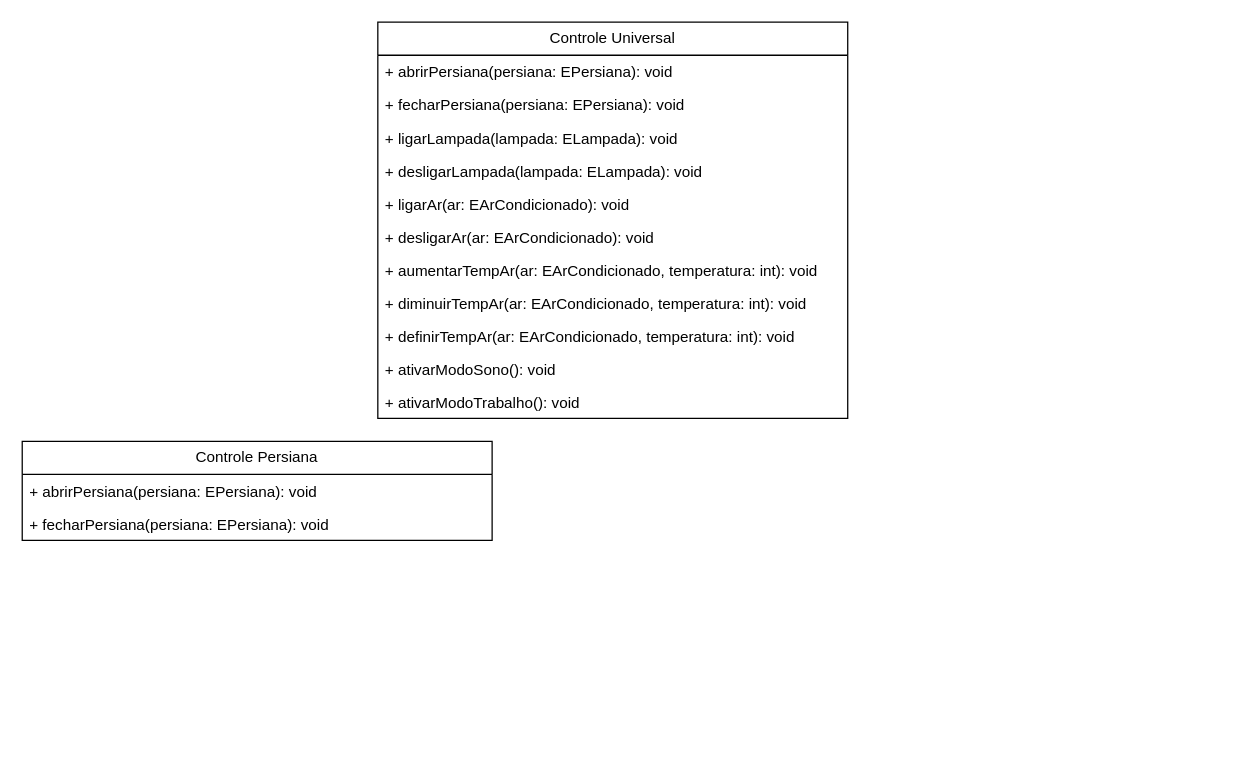
joaolavina/AnaliseAlgoritmos keeps this draw.io diagram as problema3/src/main/java/com/analisealgoritmos/assets/trabalho 1 - problema 3.drawio. Above is the earlier version. Source tidied: cells renumbered, new cells numbered last; positions are measured from the earlier drawing's top-left corner, leaving out a move shared by most shapes. Both pictures are drawn from the tidied source at 127%, with x=0, y=0 at pixel (22, 22).
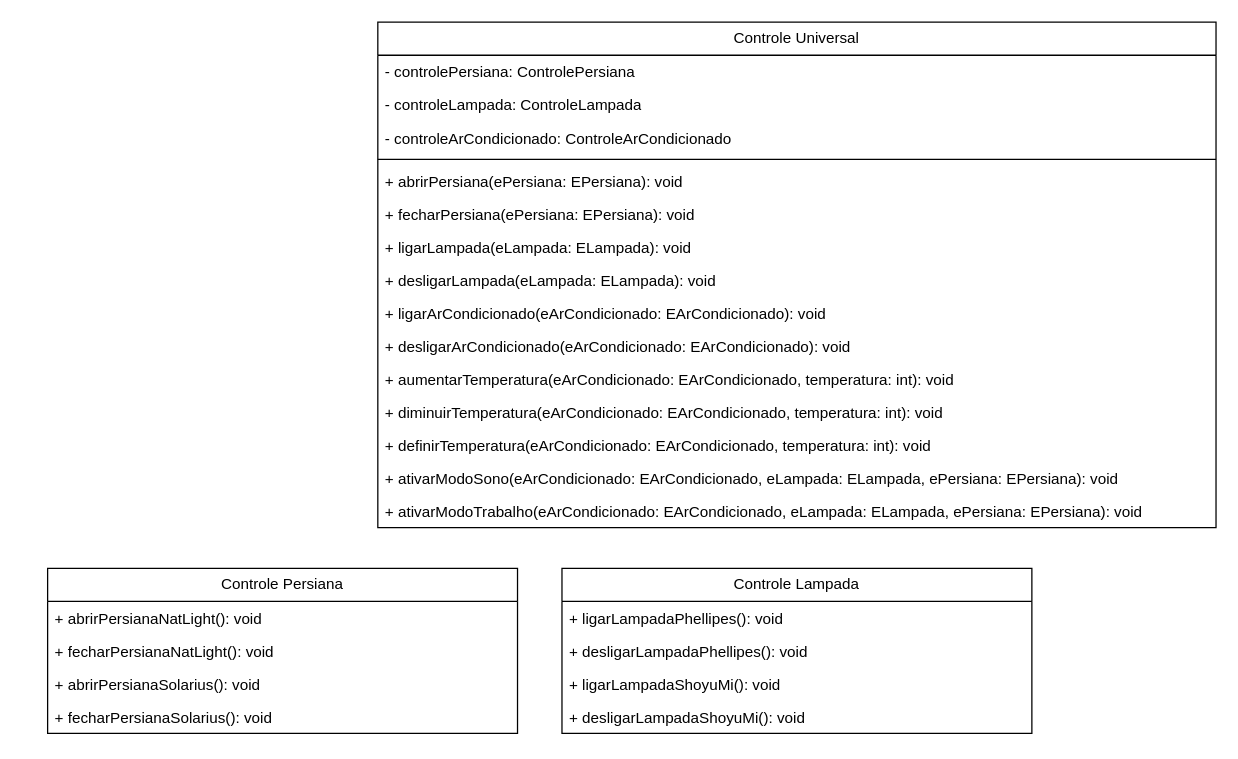
After the change.

What changed in the source:
```diff
@@
     <mxCell id="2" value="Controle Universal" style="swimlane;fontStyle=0;horizontal=1;startSize=26;fillColor=none;whiteSpace=wrap;html=1;" parent="1" vertex="1">
-      <mxGeometry x="280" width="370" height="312" as="geometry" />
+      <mxGeometry x="280" width="660" height="398" as="geometry" />
     </mxCell>
+    <mxCell id="17" value="- controlePersiana: ControlePersiana" style="text;strokeColor=none;fillColor=none;align=left;verticalAlign=top;spacingLeft=4;spacingRight=4;overflow=hidden;whiteSpace=wrap;html=1;" parent="2" vertex="1">
+      <mxGeometry y="26" width="660" height="26" as="geometry" />
+    </mxCell>
+    <mxCell id="18" value="- controleLampada: ControleLampada" style="text;strokeColor=none;fillColor=none;align=left;verticalAlign=top;spacingLeft=4;spacingRight=4;overflow=hidden;whiteSpace=wrap;html=1;" parent="2" vertex="1">
+      <mxGeometry y="52" width="660" height="26" as="geometry" />
+    </mxCell>
+    <mxCell id="19" value="- controleArCondicionado: ControleArCondicionado" style="text;strokeColor=none;fillColor=none;align=left;verticalAlign=top;spacingLeft=4;spacingRight=4;overflow=hidden;whiteSpace=wrap;html=1;" parent="2" vertex="1">
+      <mxGeometry y="78" width="660" height="26" as="geometry" />
+    </mxCell>
+    <mxCell id="20" style="line;strokeWidth=1;fillColor=none;align=left;verticalAlign=middle;spacingTop=-1;spacingLeft=3;spacingRight=3;labelPosition=right;strokeColor=inherit;" parent="2" vertex="1">
+      <mxGeometry y="104" width="660" height="8" as="geometry" />
+    </mxCell>
-    <mxCell id="3" value="+ abrirPersiana(persiana: EPersiana): void" style="text;strokeColor=none;fillColor=none;align=left;verticalAlign=top;spacingLeft=4;spacingRight=4;overflow=hidden;whiteSpace=wrap;html=1;" parent="2" vertex="1">
-      <mxGeometry y="26" width="370" height="26" as="geometry" />
+    <mxCell id="3" value="+ abrirPersiana(ePersiana: EPersiana): void" style="text;strokeColor=none;fillColor=none;align=left;verticalAlign=top;spacingLeft=4;spacingRight=4;overflow=hidden;whiteSpace=wrap;html=1;" parent="2" vertex="1">
+      <mxGeometry y="112" width="660" height="26" as="geometry" />
     </mxCell>
-    <mxCell id="4" value="+ fecharPersiana(persiana: EPersiana): void" style="text;strokeColor=none;fillColor=none;align=left;verticalAlign=top;spacingLeft=4;spacingRight=4;overflow=hidden;whiteSpace=wrap;html=1;" parent="2" vertex="1">
-      <mxGeometry y="52" width="370" height="26" as="geometry" />
+    <mxCell id="4" value="+ fecharPersiana(ePersiana: EPersiana): void" style="text;strokeColor=none;fillColor=none;align=left;verticalAlign=top;spacingLeft=4;spacingRight=4;overflow=hidden;whiteSpace=wrap;html=1;" parent="2" vertex="1">
+      <mxGeometry y="138" width="660" height="26" as="geometry" />
     </mxCell>
-    <mxCell id="5" value="+ ligarLampada(lampada: ELampada): void" style="text;strokeColor=none;fillColor=none;align=left;verticalAlign=top;spacingLeft=4;spacingRight=4;overflow=hidden;whiteSpace=wrap;html=1;" parent="2" vertex="1">
-      <mxGeometry y="78" width="370" height="26" as="geometry" />
+    <mxCell id="5" value="+ ligarLampada(eLampada: ELampada): void" style="text;strokeColor=none;fillColor=none;align=left;verticalAlign=top;spacingLeft=4;spacingRight=4;overflow=hidden;whiteSpace=wrap;html=1;" parent="2" vertex="1">
+      <mxGeometry y="164" width="660" height="26" as="geometry" />
     </mxCell>
-    <mxCell id="6" value="+ desligarLampada(lampada: ELampada): void" style="text;strokeColor=none;fillColor=none;align=left;verticalAlign=top;spacingLeft=4;spacingRight=4;overflow=hidden;whiteSpace=wrap;html=1;" parent="2" vertex="1">
-      <mxGeometry y="104" width="370" height="26" as="geometry" />
+    <mxCell id="6" value="+ desligarLampada(eLampada: ELampada): void" style="text;strokeColor=none;fillColor=none;align=left;verticalAlign=top;spacingLeft=4;spacingRight=4;overflow=hidden;whiteSpace=wrap;html=1;" parent="2" vertex="1">
+      <mxGeometry y="190" width="660" height="26" as="geometry" />
     </mxCell>
-    <mxCell id="7" value="+ ligarAr(ar: EArCondicionado): void" style="text;strokeColor=none;fillColor=none;align=left;verticalAlign=top;spacingLeft=4;spacingRight=4;overflow=hidden;whiteSpace=wrap;html=1;" parent="2" vertex="1">
-      <mxGeometry y="130" width="370" height="26" as="geometry" />
+    <mxCell id="7" value="+ ligarArCondicionado(eArCondicionado: EArCondicionado): void" style="text;strokeColor=none;fillColor=none;align=left;verticalAlign=top;spacingLeft=4;spacingRight=4;overflow=hidden;whiteSpace=wrap;html=1;" parent="2" vertex="1">
+      <mxGeometry y="216" width="660" height="26" as="geometry" />
     </mxCell>
-    <mxCell id="8" value="+ desligarAr(ar: EArCondicionado): void" style="text;strokeColor=none;fillColor=none;align=left;verticalAlign=top;spacingLeft=4;spacingRight=4;overflow=hidden;whiteSpace=wrap;html=1;" parent="2" vertex="1">
-      <mxGeometry y="156" width="370" height="26" as="geometry" />
+    <mxCell id="8" value="+ desligarArCondicionado(eArCondicionado: EArCondicionado): void" style="text;strokeColor=none;fillColor=none;align=left;verticalAlign=top;spacingLeft=4;spacingRight=4;overflow=hidden;whiteSpace=wrap;html=1;" parent="2" vertex="1">
+      <mxGeometry y="242" width="660" height="26" as="geometry" />
     </mxCell>
-    <mxCell id="9" value="+ aumentarTempAr(ar: EArCondicionado, temperatura: int): void" style="text;strokeColor=none;fillColor=none;align=left;verticalAlign=top;spacingLeft=4;spacingRight=4;overflow=hidden;whiteSpace=wrap;html=1;" parent="2" vertex="1">
-      <mxGeometry y="182" width="370" height="26" as="geometry" />
+    <mxCell id="9" value="+ aumentarTemperatura(eArCondicionado: EArCondicionado, temperatura: int): void" style="text;strokeColor=none;fillColor=none;align=left;verticalAlign=top;spacingLeft=4;spacingRight=4;overflow=hidden;whiteSpace=wrap;html=1;" parent="2" vertex="1">
+      <mxGeometry y="268" width="660" height="26" as="geometry" />
     </mxCell>
-    <mxCell id="10" value="+ diminuirTempAr(&lt;span style=&quot;color: rgb(0, 0, 0);&quot;&gt;ar: EArCondicionado, temperatura: int&lt;/span&gt;): void" style="text;strokeColor=none;fillColor=none;align=left;verticalAlign=top;spacingLeft=4;spacingRight=4;overflow=hidden;whiteSpace=wrap;html=1;" parent="2" vertex="1">
-      <mxGeometry y="208" width="370" height="26" as="geometry" />
+    <mxCell id="10" value="+ diminuirTemperatura(eA&lt;span style=&quot;color: rgb(0, 0, 0);&quot;&gt;rCondicionado: EArCondicionado, temperatura: int&lt;/span&gt;): void" style="text;strokeColor=none;fillColor=none;align=left;verticalAlign=top;spacingLeft=4;spacingRight=4;overflow=hidden;whiteSpace=wrap;html=1;" parent="2" vertex="1">
+      <mxGeometry y="294" width="660" height="26" as="geometry" />
     </mxCell>
-    <mxCell id="11" value="+ definirTempAr(&lt;span style=&quot;color: rgb(0, 0, 0);&quot;&gt;ar: EArCondicionado, temperatura: int&lt;/span&gt;): void" style="text;strokeColor=none;fillColor=none;align=left;verticalAlign=top;spacingLeft=4;spacingRight=4;overflow=hidden;whiteSpace=wrap;html=1;" parent="2" vertex="1">
-      <mxGeometry y="234" width="370" height="26" as="geometry" />
+    <mxCell id="11" value="+ definirTemperatura(eA&lt;span style=&quot;color: rgb(0, 0, 0);&quot;&gt;rCondicionado: EArCondicionado, temperatura: int&lt;/span&gt;): void" style="text;strokeColor=none;fillColor=none;align=left;verticalAlign=top;spacingLeft=4;spacingRight=4;overflow=hidden;whiteSpace=wrap;html=1;" parent="2" vertex="1">
+      <mxGeometry y="320" width="660" height="26" as="geometry" />
     </mxCell>
-    <mxCell id="12" value="+ ativarModoSono(): void" style="text;strokeColor=none;fillColor=none;align=left;verticalAlign=top;spacingLeft=4;spacingRight=4;overflow=hidden;whiteSpace=wrap;html=1;" parent="2" vertex="1">
-      <mxGeometry y="260" width="370" height="26" as="geometry" />
+    <mxCell id="12" value="+ ativarModoSono(eArCondicionado: EArCondicionado, eLampada: ELampada, ePersiana: EPersiana): void" style="text;strokeColor=none;fillColor=none;align=left;verticalAlign=top;spacingLeft=4;spacingRight=4;overflow=hidden;whiteSpace=wrap;html=1;" parent="2" vertex="1">
+      <mxGeometry y="346" width="660" height="26" as="geometry" />
     </mxCell>
-    <mxCell id="13" value="+ ativarModoTrabalho(): void" style="text;strokeColor=none;fillColor=none;align=left;verticalAlign=top;spacingLeft=4;spacingRight=4;overflow=hidden;whiteSpace=wrap;html=1;" parent="2" vertex="1">
-      <mxGeometry y="286" width="370" height="26" as="geometry" />
+    <mxCell id="13" value="+ ativarModoTrabalho(&lt;span style=&quot;color: rgb(0, 0, 0);&quot;&gt;eArCondicionado: EArCondicionado, eLampada: ELampada, ePersiana: EPersiana&lt;/span&gt;): void" style="text;strokeColor=none;fillColor=none;align=left;verticalAlign=top;spacingLeft=4;spacingRight=4;overflow=hidden;whiteSpace=wrap;html=1;" parent="2" vertex="1">
+      <mxGeometry y="372" width="660" height="26" as="geometry" />
     </mxCell>
     <mxCell id="14" value="Controle Persiana" style="swimlane;fontStyle=0;horizontal=1;startSize=26;fillColor=none;whiteSpace=wrap;html=1;" parent="1" vertex="1">
-      <mxGeometry y="330" width="370" height="78" as="geometry" />
+      <mxGeometry x="20" y="430" width="370" height="130" as="geometry" />
     </mxCell>
-    <mxCell id="15" value="+ abrirPersiana(persiana: EPersiana): void" style="text;strokeColor=none;fillColor=none;align=left;verticalAlign=top;spacingLeft=4;spacingRight=4;overflow=hidden;whiteSpace=wrap;html=1;" parent="14" vertex="1">
+    <mxCell id="15" value="+ abrirPersianaNatLight(): void" style="text;strokeColor=none;fillColor=none;align=left;verticalAlign=top;spacingLeft=4;spacingRight=4;overflow=hidden;whiteSpace=wrap;html=1;" parent="14" vertex="1">
       <mxGeometry y="26" width="370" height="26" as="geometry" />
     </mxCell>
-    <mxCell id="16" value="+ fecharPersiana(persiana: EPersiana): void" style="text;strokeColor=none;fillColor=none;align=left;verticalAlign=top;spacingLeft=4;spacingRight=4;overflow=hidden;whiteSpace=wrap;html=1;" parent="14" vertex="1">
+    <mxCell id="16" value="+ fecharPersianaNatLight(): void" style="text;strokeColor=none;fillColor=none;align=left;verticalAlign=top;spacingLeft=4;spacingRight=4;overflow=hidden;whiteSpace=wrap;html=1;" parent="14" vertex="1">
       <mxGeometry y="52" width="370" height="26" as="geometry" />
     </mxCell>
+    <mxCell id="21" value="+ abrirPersianaSolarius(): void" style="text;strokeColor=none;fillColor=none;align=left;verticalAlign=top;spacingLeft=4;spacingRight=4;overflow=hidden;whiteSpace=wrap;html=1;" parent="14" vertex="1">
+      <mxGeometry y="78" width="370" height="26" as="geometry" />
+    </mxCell>
+    <mxCell id="22" value="+ fecharPersianaSolarius(): void" style="text;strokeColor=none;fillColor=none;align=left;verticalAlign=top;spacingLeft=4;spacingRight=4;overflow=hidden;whiteSpace=wrap;html=1;" parent="14" vertex="1">
+      <mxGeometry y="104" width="370" height="26" as="geometry" />
+    </mxCell>
+    <mxCell id="23" value="Controle Lampada" style="swimlane;fontStyle=0;horizontal=1;startSize=26;fillColor=none;whiteSpace=wrap;html=1;" parent="1" vertex="1">
+      <mxGeometry x="425" y="430" width="370" height="130" as="geometry" />
+    </mxCell>
+    <mxCell id="24" value="+ ligarLampadaPhellipes(): void" style="text;strokeColor=none;fillColor=none;align=left;verticalAlign=top;spacingLeft=4;spacingRight=4;overflow=hidden;whiteSpace=wrap;html=1;" parent="23" vertex="1">
+      <mxGeometry y="26" width="370" height="26" as="geometry" />
+    </mxCell>
+    <mxCell id="25" value="+ desligarLampadaPhellipes(): void" style="text;strokeColor=none;fillColor=none;align=left;verticalAlign=top;spacingLeft=4;spacingRight=4;overflow=hidden;whiteSpace=wrap;html=1;" parent="23" vertex="1">
+      <mxGeometry y="52" width="370" height="26" as="geometry" />
+    </mxCell>
+    <mxCell id="26" value="+ ligarLampadaShoyuMi(): void" style="text;strokeColor=none;fillColor=none;align=left;verticalAlign=top;spacingLeft=4;spacingRight=4;overflow=hidden;whiteSpace=wrap;html=1;" parent="23" vertex="1">
+      <mxGeometry y="78" width="370" height="26" as="geometry" />
+    </mxCell>
+    <mxCell id="27" value="+ des&lt;span style=&quot;color: rgb(0, 0, 0);&quot;&gt;ligarLampadaShoyuMi&lt;/span&gt;(): void" style="text;strokeColor=none;fillColor=none;align=left;verticalAlign=top;spacingLeft=4;spacingRight=4;overflow=hidden;whiteSpace=wrap;html=1;" parent="23" vertex="1">
+      <mxGeometry y="104" width="370" height="26" as="geometry" />
+    </mxCell>
```
